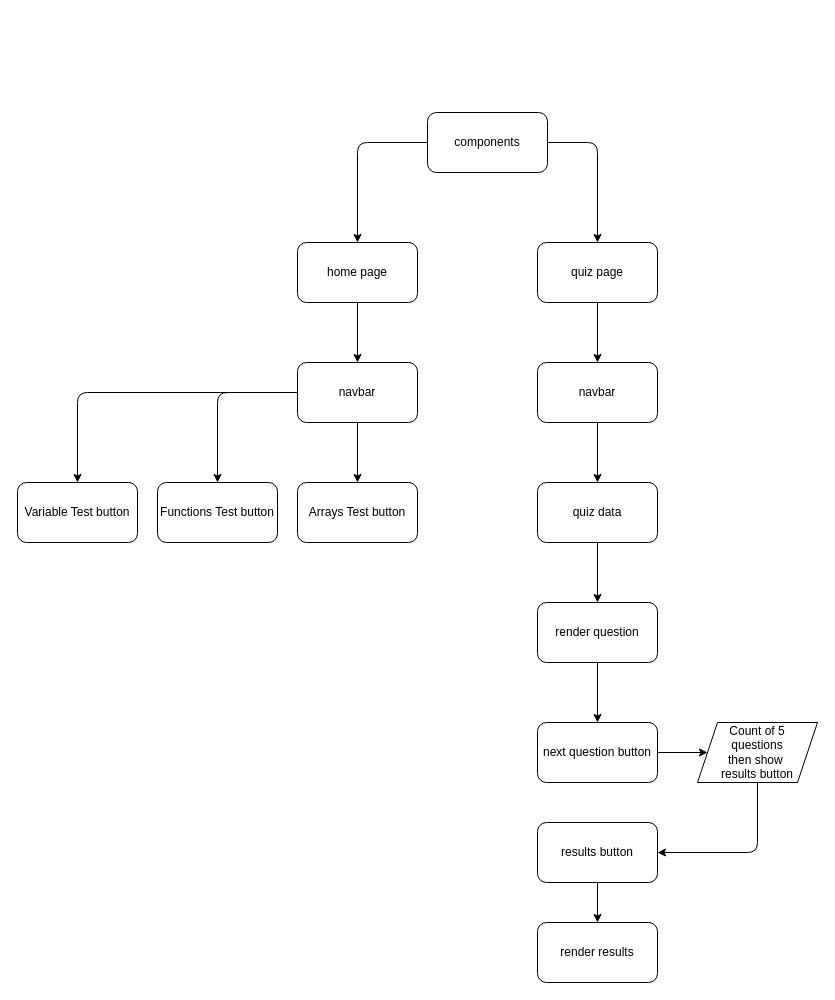
Above: Design-and-CSS-Components/images folder/ComponentTree.drawio in Ice-and-Rock/Javascript_quiz_project (draw.io), before the change. Source tidied: cells renumbered, new cells numbered last; positions are measured from the earlier drawing's top-left corner, leaving out a move shared by most shapes. Both pictures are drawn from the tidied source at 100%, with x=0, y=0 at pixel (17, 112).
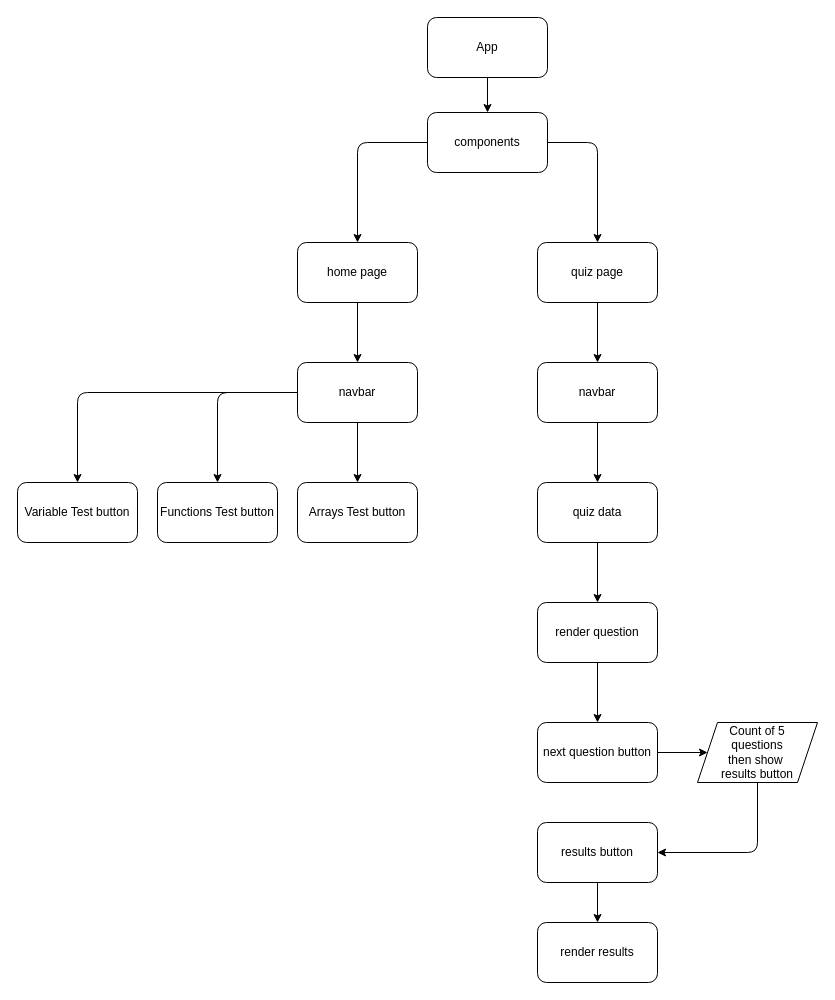
Above is the later version.

Commit message:
added to compo tree

Unchanged cells that the change refers to:
```xml
<mxCell id="4" value="components" style="rounded=1;whiteSpace=wrap;html=1;" parent="1" vertex="1">
  <mxGeometry x="410" width="120" height="60" as="geometry" />
</mxCell>
```

The edit, as a diff of the source:
```diff
@@
+    <mxCell id="29" style="edgeStyle=none;html=1;exitX=0.5;exitY=1;exitDx=0;exitDy=0;entryX=0.5;entryY=0;entryDx=0;entryDy=0;" parent="1" edge="1" source="30" target="4">
+      <mxGeometry relative="1" as="geometry" />
+    </mxCell>
+    <mxCell id="30" value="App" style="rounded=1;whiteSpace=wrap;html=1;" parent="1" vertex="1">
+      <mxGeometry x="410" y="-95" width="120" height="60" as="geometry" />
+    </mxCell>
```
